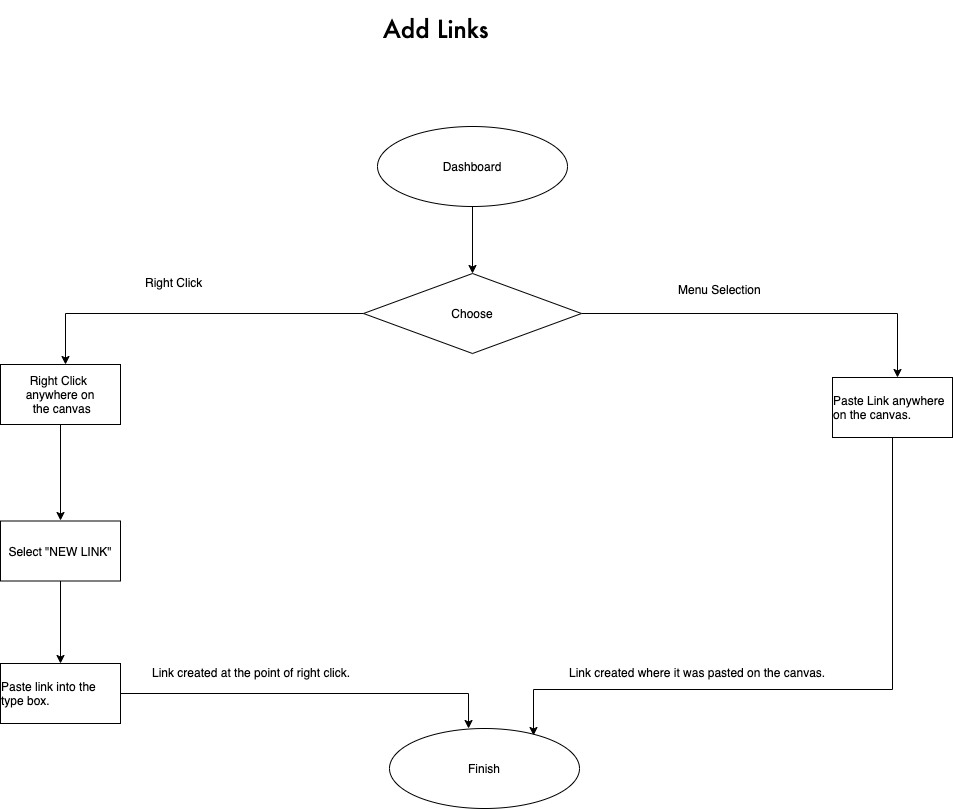
Above: images/00_ideaboard/UserFlows/Add links.png in Tgitsit/Portfolio (draw.io), before the change. Source tidied: cells renumbered, new cells last; positions are measured from the earlier drawing's top-left corner, leaving out a move shared by most shapes.
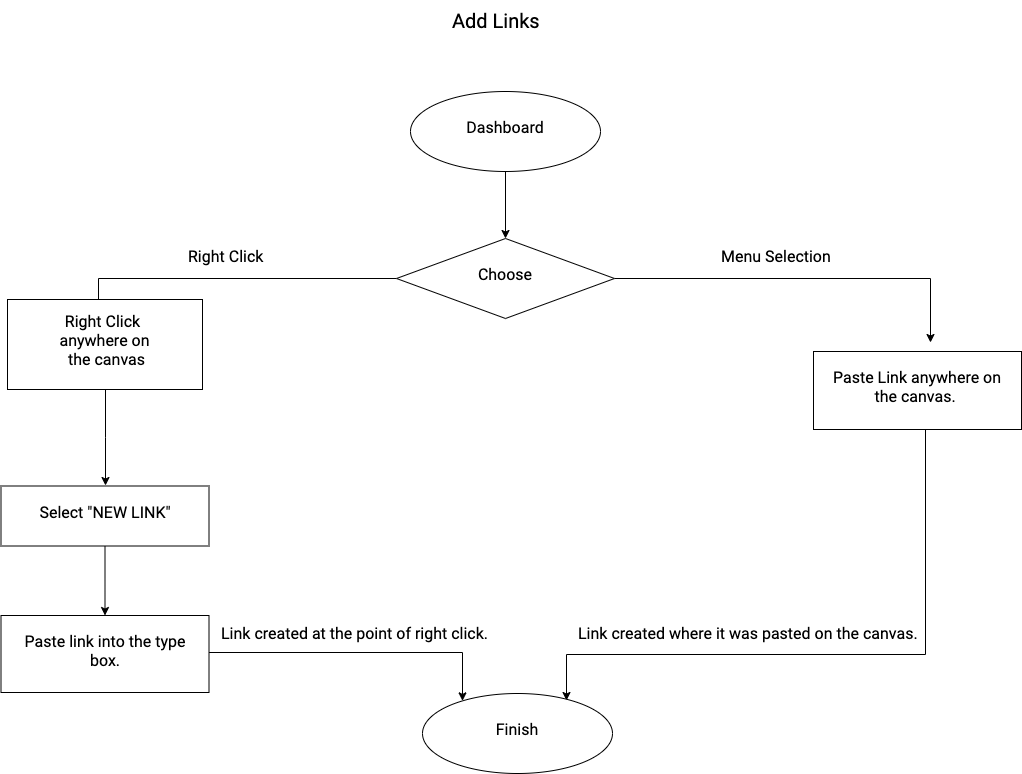
The same diagram one commit later.

What changed in the source:
```diff
@@ -2,73 +2,78 @@
   <root>
     <mxCell id="0" />
     <mxCell id="1" parent="0" />
-    <mxCell id="2" style="edgeStyle=orthogonalEdgeStyle;rounded=0;jettySize=auto;html=1;entryX=0.5;entryY=0;entryDx=0;entryDy=0;" parent="1" edge="1" source="3" target="6">
+    <mxCell id="2" style="edgeStyle=orthogonalEdgeStyle;rounded=0;jettySize=auto;entryX=0.5;entryY=0;entryDx=0;entryDy=0;fontFamily=Roboto;fontColor=#000000;labelBorderColor=none;html=1;fontSize=16;spacingLeft=10;spacingRight=10;spacingBottom=10;spacingTop=2;" parent="1" edge="1" source="3" target="6">
       <mxGeometry relative="1" as="geometry" />
     </mxCell>
-    <mxCell id="3" value="Dashboard" style="ellipse;whiteSpace=wrap;html=1;" parent="1" vertex="1">
-      <mxGeometry x="377" y="126" width="190" height="80" as="geometry" />
+    <mxCell id="3" value="Dashboard" style="ellipse;whiteSpace=wrap;fontFamily=Roboto;fontColor=#000000;labelBorderColor=none;html=1;fontSize=16;spacingLeft=10;spacingRight=10;spacingBottom=10;spacingTop=2;" parent="1" vertex="1">
+      <mxGeometry x="377" y="104" width="190" height="80" as="geometry" />
     </mxCell>
-    <mxCell id="4" style="edgeStyle=orthogonalEdgeStyle;rounded=0;jettySize=auto;html=1;" parent="1" edge="1" source="6">
+    <mxCell id="4" style="edgeStyle=orthogonalEdgeStyle;rounded=0;jettySize=auto;fontFamily=Roboto;fontColor=#000000;labelBorderColor=none;html=1;fontSize=16;spacingLeft=10;spacingRight=10;spacingBottom=10;spacingTop=2;" parent="1" edge="1" source="6">
       <mxGeometry relative="1" as="geometry">
-        <mxPoint x="65" y="364" as="targetPoint" />
+        <mxPoint x="65" y="342" as="targetPoint" />
       </mxGeometry>
     </mxCell>
-    <mxCell id="5" style="edgeStyle=orthogonalEdgeStyle;rounded=0;jettySize=auto;html=1;" parent="1" edge="1" source="6">
+    <mxCell id="5" style="edgeStyle=orthogonalEdgeStyle;rounded=0;jettySize=auto;fontFamily=Roboto;fontColor=#000000;labelBorderColor=none;html=1;fontSize=16;spacingLeft=10;spacingRight=10;spacingBottom=10;spacingTop=2;" parent="1" edge="1" source="6">
       <mxGeometry relative="1" as="geometry">
-        <mxPoint x="897" y="377" as="targetPoint" />
+        <mxPoint x="897" y="355" as="targetPoint" />
       </mxGeometry>
     </mxCell>
-    <mxCell id="6" value="Choose" style="rhombus;whiteSpace=wrap;html=1;" parent="1" vertex="1">
-      <mxGeometry x="363" y="273" width="218" height="80" as="geometry" />
+    <mxCell id="6" value="Choose" style="rhombus;whiteSpace=wrap;fontFamily=Roboto;fontColor=#000000;labelBorderColor=none;html=1;fontSize=16;spacingLeft=10;spacingRight=10;spacingBottom=10;spacingTop=2;" parent="1" vertex="1">
+      <mxGeometry x="363" y="251" width="218" height="80" as="geometry" />
     </mxCell>
-    <mxCell id="7" value="Right Click" style="text;html=1;align=left;verticalAlign=top;spacingTop=-4;" parent="1" vertex="1">
-      <mxGeometry x="143" y="273" width="104" height="13" as="geometry" />
+    <mxCell id="7" value="Right Click" style="text;align=left;verticalAlign=top;spacingTop=2;fontFamily=Roboto;fontColor=#000000;labelBorderColor=none;html=1;fontSize=16;spacingLeft=10;spacingRight=10;spacingBottom=10;" parent="1" vertex="1">
+      <mxGeometry x="143" y="251" width="117" height="39" as="geometry" />
     </mxCell>
-    <mxCell id="8" value="Menu Selection" style="text;html=1;align=left;verticalAlign=top;spacingTop=-4;" parent="1" vertex="1">
-      <mxGeometry x="676" y="279.5" width="143" height="13" as="geometry" />
+    <mxCell id="8" value="Menu Selection" style="text;align=left;verticalAlign=top;spacingTop=2;fontFamily=Roboto;fontColor=#000000;labelBorderColor=none;html=1;fontSize=16;spacingLeft=10;spacingRight=10;spacingBottom=10;" parent="1" vertex="1">
+      <mxGeometry x="676" y="251" width="156" height="39" as="geometry" />
     </mxCell>
-    <mxCell id="9" style="edgeStyle=orthogonalEdgeStyle;rounded=0;jettySize=auto;html=1;" parent="1" edge="1" source="10">
+    <mxCell id="9" style="edgeStyle=orthogonalEdgeStyle;rounded=0;jettySize=auto;fontFamily=Roboto;fontColor=#000000;labelBorderColor=none;html=1;fontSize=16;spacingLeft=10;spacingRight=10;spacingBottom=10;spacingTop=2;" parent="1" edge="1" source="10">
       <mxGeometry relative="1" as="geometry">
-        <mxPoint x="60" y="520" as="targetPoint" />
+        <mxPoint x="72" y="498" as="targetPoint" />
       </mxGeometry>
     </mxCell>
-    <mxCell id="10" value="&lt;span style=&quot;text-align: left&quot;&gt;Right Click&amp;nbsp;&lt;/span&gt;&lt;br style=&quot;text-align: left&quot;&gt;&lt;span style=&quot;text-align: left&quot;&gt;anywhere on&lt;/span&gt;&lt;br style=&quot;text-align: left&quot;&gt;&lt;span style=&quot;text-align: left&quot;&gt;&amp;nbsp;the canvas&lt;/span&gt;" style="rounded=0;whiteSpace=wrap;html=1;" parent="1" vertex="1">
-      <mxGeometry y="364" width="120" height="60" as="geometry" />
+    <mxCell id="10" value="Right Click&amp;nbsp;&lt;br style=&quot;font-size: 16px;&quot;&gt;anywhere on&lt;br style=&quot;font-size: 16px;&quot;&gt;&amp;nbsp;the canvas" style="rounded=0;whiteSpace=wrap;fontFamily=Roboto;fontColor=#000000;labelBorderColor=none;html=1;fontSize=16;spacingLeft=10;spacingRight=10;spacingBottom=10;spacingTop=2;" parent="1" vertex="1">
+      <mxGeometry x="-26" y="312" width="195" height="90" as="geometry" />
     </mxCell>
-    <mxCell id="11" style="edgeStyle=orthogonalEdgeStyle;rounded=0;jettySize=auto;html=1;entryX=0.759;entryY=0.089;entryDx=0;entryDy=0;entryPerimeter=0;" parent="1" edge="1" source="12" target="15">
+    <mxCell id="11" style="edgeStyle=orthogonalEdgeStyle;rounded=0;jettySize=auto;entryX=0.759;entryY=0.089;entryDx=0;entryDy=0;entryPerimeter=0;fontFamily=Roboto;fontColor=#000000;labelBorderColor=none;html=1;fontSize=16;spacingLeft=10;spacingRight=10;spacingBottom=10;spacingTop=2;" parent="1" edge="1" target="15">
       <mxGeometry relative="1" as="geometry">
+        <mxPoint x="892" y="442" as="sourcePoint" />
         <Array as="points">
-          <mxPoint x="892" y="689" />
-          <mxPoint x="533" y="689" />
+          <mxPoint x="892" y="667" />
+          <mxPoint x="533" y="667" />
         </Array>
       </mxGeometry>
     </mxCell>
-    <mxCell id="12" value="&lt;div style=&quot;text-align: left&quot;&gt;Paste Link anywhere on the canvas.&amp;nbsp;&lt;/div&gt;" style="rounded=0;whiteSpace=wrap;html=1;" parent="1" vertex="1">
-      <mxGeometry x="832" y="377" width="120" height="60" as="geometry" />
+    <mxCell id="12" value="Paste Link anywhere on the canvas.&amp;nbsp;" style="rounded=0;whiteSpace=wrap;fontFamily=Roboto;fontColor=#000000;labelBorderColor=none;html=1;fontSize=16;spacingLeft=10;spacingRight=10;spacingBottom=10;spacingTop=2;" parent="1" vertex="1">
+      <mxGeometry x="780" y="364" width="208" height="78" as="geometry" />
     </mxCell>
-    <mxCell id="13" value="Link created at the point of right click." style="text;html=1;align=left;verticalAlign=top;spacingTop=-4;" parent="1" vertex="1">
-      <mxGeometry x="150" y="663" width="247" height="13" as="geometry" />
+    <mxCell id="13" value="Link created at the point of right click." style="text;align=left;verticalAlign=top;spacingTop=2;fontFamily=Roboto;fontColor=#000000;labelBorderColor=none;html=1;fontSize=16;spacingLeft=10;spacingRight=10;spacingBottom=10;" parent="1" vertex="1">
+      <mxGeometry x="175.5" y="628" width="312" height="39" as="geometry" />
     </mxCell>
-    <mxCell id="14" value="Link created where it was pasted on the canvas." style="text;html=1;align=left;verticalAlign=top;spacingTop=-4;" parent="1" vertex="1">
-      <mxGeometry x="567" y="663" width="312" height="13" as="geometry" />
+    <mxCell id="14" value="Link created where it was pasted on the canvas." style="text;align=left;verticalAlign=top;spacingTop=2;fontFamily=Roboto;fontColor=#000000;labelBorderColor=none;html=1;fontSize=16;spacingLeft=10;spacingRight=10;spacingBottom=10;" parent="1" vertex="1">
+      <mxGeometry x="533" y="628" width="377" height="39" as="geometry" />
     </mxCell>
-    <mxCell id="15" value="Finish" style="ellipse;whiteSpace=wrap;html=1;" parent="1" vertex="1">
-      <mxGeometry x="389" y="728" width="190" height="80" as="geometry" />
+    <mxCell id="15" value="Finish" style="ellipse;whiteSpace=wrap;fontFamily=Roboto;fontColor=#000000;labelBorderColor=none;html=1;fontSize=16;spacingLeft=10;spacingRight=10;spacingBottom=10;spacingTop=2;" parent="1" vertex="1">
+      <mxGeometry x="389" y="706" width="190" height="80" as="geometry" />
     </mxCell>
-    <mxCell id="16" value="&lt;font style=&quot;font-size: 24px&quot;&gt;Add Links&lt;/font&gt;" style="text;html=1;align=left;verticalAlign=top;spacingTop=-4;fontSize=36;fontFamily=Robato;FType=g;" parent="1" vertex="1">
-      <mxGeometry x="381" width="182" height="52" as="geometry" />
+    <mxCell id="16" value="Add Links" style="text;align=left;verticalAlign=top;spacingTop=2;fontSize=20;fontFamily=Roboto;FType=g;fontColor=#000000;labelBorderColor=none;html=1;spacingLeft=10;spacingRight=10;spacingBottom=10;" parent="1" vertex="1">
+      <mxGeometry x="407" y="13" width="130" height="39" as="geometry" />
     </mxCell>
-    <mxCell id="17" style="edgeStyle=orthogonalEdgeStyle;rounded=0;jettySize=auto;html=1;entryX=0.416;entryY=0;entryDx=0;entryDy=0;entryPerimeter=0;" parent="1" edge="1" source="18" target="15">
-      <mxGeometry relative="1" as="geometry" />
+    <mxCell id="17" style="edgeStyle=orthogonalEdgeStyle;rounded=0;jettySize=auto;fontFamily=Roboto;fontColor=#000000;labelBorderColor=none;html=1;fontSize=16;spacingLeft=10;spacingRight=10;spacingBottom=10;spacingTop=2;" parent="1" edge="1" source="18" target="15">
+      <mxGeometry relative="1" as="geometry">
+        <Array as="points">
+          <mxPoint x="429" y="665" />
+        </Array>
+      </mxGeometry>
     </mxCell>
-    <mxCell id="18" value="&lt;div style=&quot;text-align: left&quot;&gt;&lt;span&gt;Paste link into the type box.&lt;/span&gt;&lt;/div&gt;" style="rounded=0;whiteSpace=wrap;html=1;" parent="1" vertex="1">
-      <mxGeometry y="663" width="120" height="60" as="geometry" />
+    <mxCell id="18" value="Paste link into the type box." style="rounded=0;whiteSpace=wrap;fontFamily=Roboto;fontColor=#000000;labelBorderColor=none;html=1;fontSize=16;spacingLeft=10;spacingRight=10;spacingBottom=10;spacingTop=2;" parent="1" vertex="1">
+      <mxGeometry x="-32.5" y="628" width="208" height="77" as="geometry" />
     </mxCell>
-    <mxCell id="19" style="edgeStyle=orthogonalEdgeStyle;rounded=0;jettySize=auto;html=1;entryX=0.5;entryY=0;entryDx=0;entryDy=0;" parent="1" edge="1" source="20" target="18">
+    <mxCell id="19" style="edgeStyle=orthogonalEdgeStyle;rounded=0;jettySize=auto;entryX=0.5;entryY=0;entryDx=0;entryDy=0;fontFamily=Roboto;fontColor=#000000;labelBorderColor=none;html=1;fontSize=16;spacingLeft=10;spacingRight=10;spacingBottom=10;spacingTop=2;" parent="1" edge="1" source="20" target="18">
       <mxGeometry relative="1" as="geometry" />
     </mxCell>
-    <mxCell id="20" value="&lt;div style=&quot;text-align: left&quot;&gt;&lt;span&gt;Select &quot;NEW LINK&quot;&lt;/span&gt;&lt;/div&gt;" style="rounded=0;whiteSpace=wrap;html=1;" parent="1" vertex="1">
-      <mxGeometry y="520.5" width="120" height="60" as="geometry" />
+    <mxCell id="20" value="Select &quot;NEW LINK&quot;" style="rounded=0;whiteSpace=wrap;fontFamily=Roboto;fontColor=#000000;labelBorderColor=none;html=1;fontSize=16;spacingLeft=10;spacingRight=10;spacingBottom=10;spacingTop=2;" parent="1" vertex="1">
+      <mxGeometry x="-32.5" y="498.5" width="208" height="60" as="geometry" />
     </mxCell>
   </root>
 </mxGraphModel>
```
